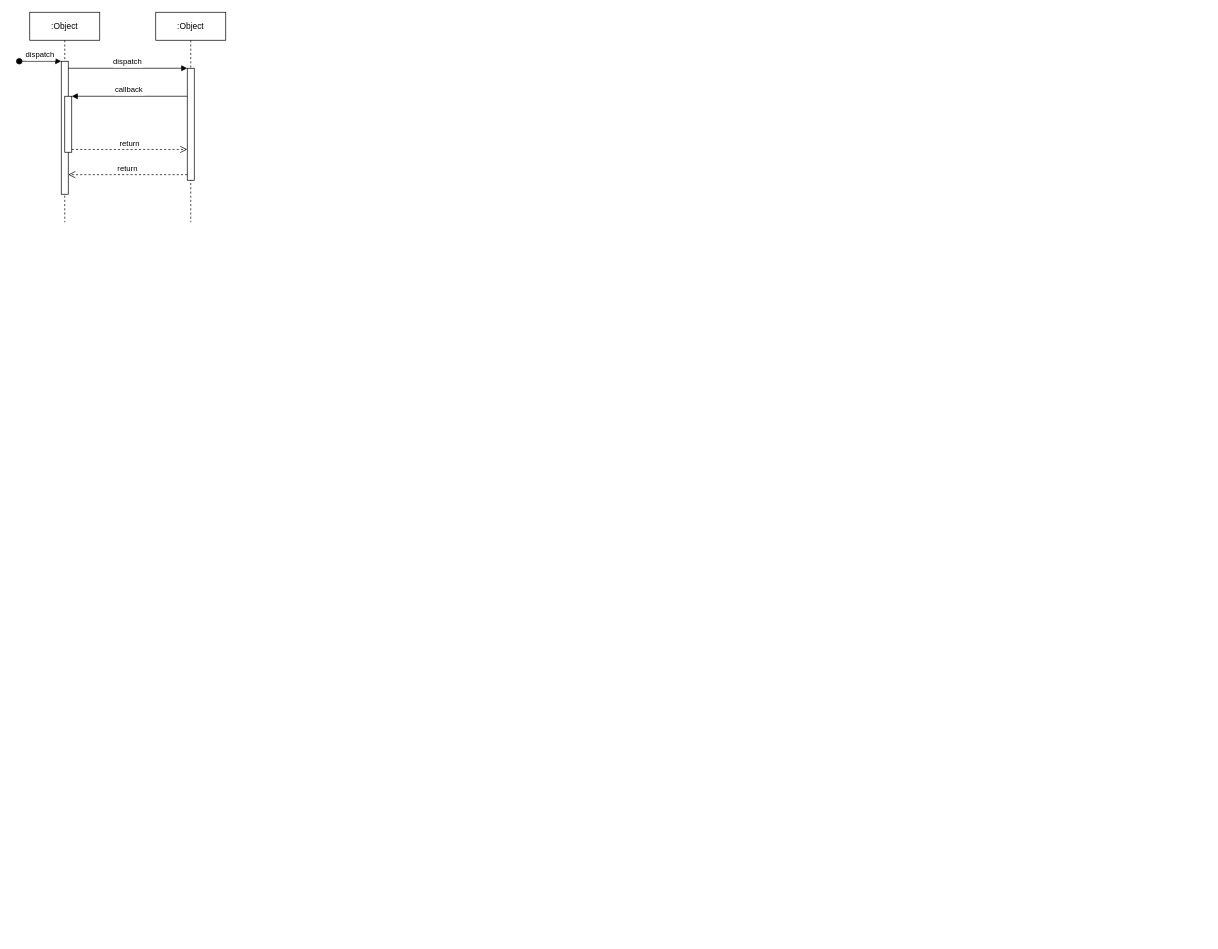
Before: Untitled Diagram.drawio in matrix-bin/drawIo, a draw.io diagram. Source tidied: cells renumbered, new cells numbered last; positions are measured from the earlier drawing's top-left corner, leaving out a move shared by most shapes. Both pictures are drawn from the tidied source at 70%, with x=0, y=0 at pixel (19, 12).
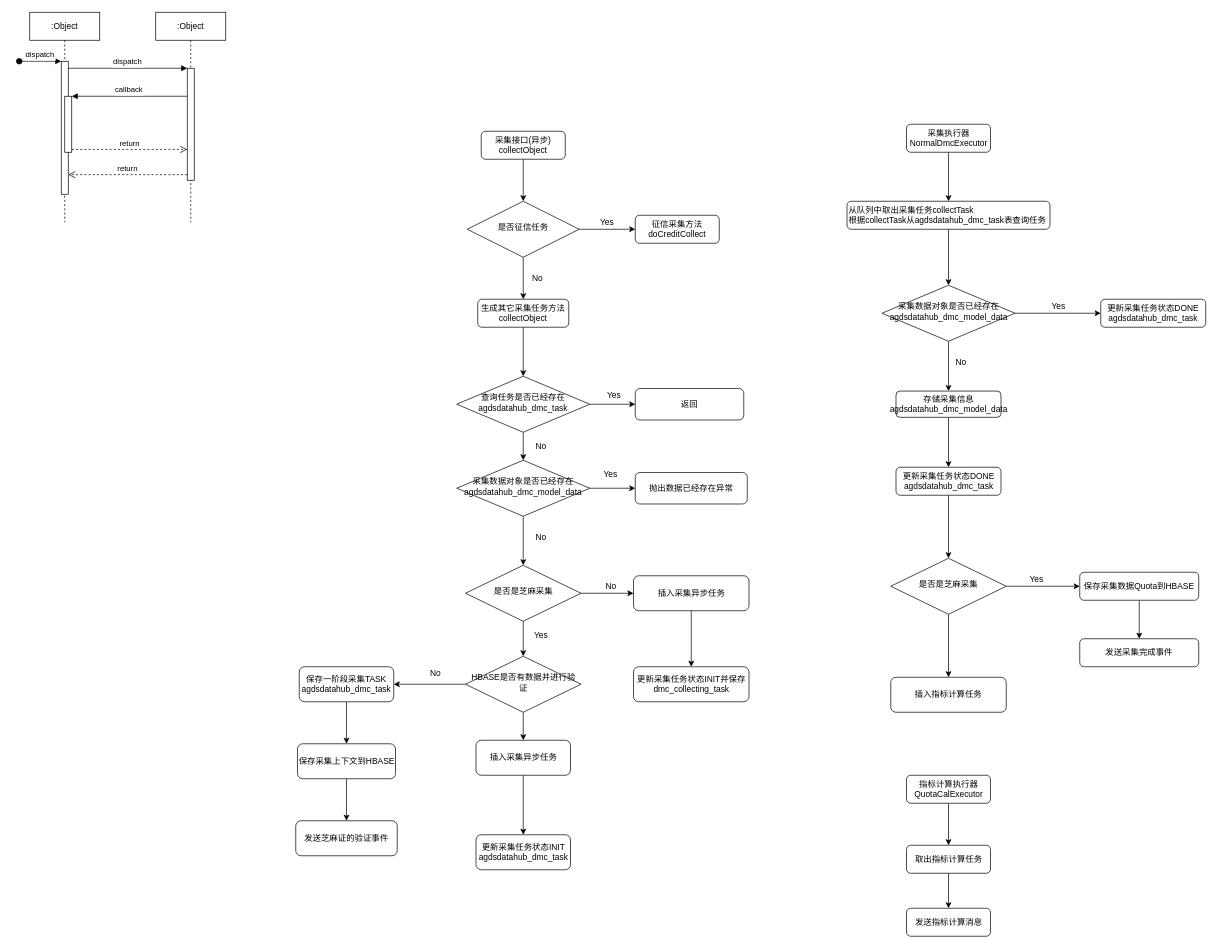
Above is the later version.

Diff of the diagram source:
```diff
@@
+    <mxCell id="12" style="edgeStyle=orthogonalEdgeStyle;rounded=0;jettySize=auto;html=1;exitX=0.5;exitY=1;exitDx=0;exitDy=0;entryX=0.5;entryY=0;entryDx=0;entryDy=0;" parent="1" edge="1" source="13" target="16">
+      <mxGeometry relative="1" as="geometry" />
+    </mxCell>
+    <mxCell id="13" value="采集接口(异步)&lt;span&gt; &lt;/span&gt;collectObject" style="rounded=1;whiteSpace=wrap;html=1;fontSize=12;glass=0;strokeWidth=1;shadow=0;" parent="1" vertex="1">
+      <mxGeometry x="660" y="170" width="120" height="40" as="geometry" />
+    </mxCell>
+    <mxCell id="14" style="edgeStyle=orthogonalEdgeStyle;rounded=0;jettySize=auto;html=1;exitX=0.5;exitY=1;exitDx=0;exitDy=0;entryX=0.5;entryY=0;entryDx=0;entryDy=0;" parent="1" edge="1" source="16" target="18">
+      <mxGeometry relative="1" as="geometry" />
+    </mxCell>
+    <mxCell id="15" style="edgeStyle=orthogonalEdgeStyle;rounded=0;jettySize=auto;html=1;exitX=1;exitY=0.5;exitDx=0;exitDy=0;entryX=0;entryY=0.5;entryDx=0;entryDy=0;" parent="1" edge="1" source="16" target="19">
+      <mxGeometry relative="1" as="geometry" />
+    </mxCell>
+    <mxCell id="16" value="是否征信任务" style="rhombus;whiteSpace=wrap;html=1;shadow=0;fontFamily=Helvetica;fontSize=12;align=center;strokeWidth=1;spacing=6;spacingTop=-4;" parent="1" vertex="1">
+      <mxGeometry x="640" y="270" width="160" height="80" as="geometry" />
+    </mxCell>
+    <mxCell id="17" style="edgeStyle=orthogonalEdgeStyle;rounded=0;jettySize=auto;html=1;exitX=0.5;exitY=1;exitDx=0;exitDy=0;" parent="1" edge="1" source="18" target="35">
+      <mxGeometry relative="1" as="geometry" />
+    </mxCell>
+    <mxCell id="18" value="生成其它采集任务方法&lt;br&gt;collectObject" style="rounded=1;whiteSpace=wrap;html=1;fontSize=12;glass=0;strokeWidth=1;shadow=0;" parent="1" vertex="1">
+      <mxGeometry x="655" y="410" width="130" height="40" as="geometry" />
+    </mxCell>
+    <mxCell id="19" value="征信采集方法doCreditCollect" style="rounded=1;whiteSpace=wrap;html=1;fontSize=12;glass=0;strokeWidth=1;shadow=0;" parent="1" vertex="1">
+      <mxGeometry x="880" y="290" width="120" height="40" as="geometry" />
+    </mxCell>
+    <mxCell id="20" style="edgeStyle=orthogonalEdgeStyle;rounded=0;jettySize=auto;html=1;exitX=0.5;exitY=1;exitDx=0;exitDy=0;entryX=0.5;entryY=0;entryDx=0;entryDy=0;" parent="1" edge="1" source="22" target="46">
+      <mxGeometry relative="1" as="geometry" />
+    </mxCell>
+    <mxCell id="21" style="edgeStyle=orthogonalEdgeStyle;rounded=0;jettySize=auto;html=1;exitX=1;exitY=0.5;exitDx=0;exitDy=0;entryX=0;entryY=0.5;entryDx=0;entryDy=0;" parent="1" edge="1" source="22" target="61">
+      <mxGeometry relative="1" as="geometry" />
+    </mxCell>
+    <mxCell id="22" value="是否是芝麻采集" style="rhombus;whiteSpace=wrap;html=1;shadow=0;fontFamily=Helvetica;fontSize=12;align=center;strokeWidth=1;spacing=6;spacingTop=-4;" parent="1" vertex="1">
+      <mxGeometry x="637.5" y="790" width="165" height="80" as="geometry" />
+    </mxCell>
+    <mxCell id="23" style="edgeStyle=orthogonalEdgeStyle;rounded=0;jettySize=auto;html=1;exitX=0.5;exitY=1;exitDx=0;exitDy=0;entryX=0.5;entryY=0;entryDx=0;entryDy=0;" parent="1" edge="1" source="24" target="26">
+      <mxGeometry relative="1" as="geometry" />
+    </mxCell>
+    <mxCell id="24" value="采集执行器&lt;br&gt;NormalDmcExecutor" style="rounded=1;whiteSpace=wrap;html=1;fontSize=12;glass=0;strokeWidth=1;shadow=0;" parent="1" vertex="1">
+      <mxGeometry x="1267.5" y="160" width="120" height="40" as="geometry" />
+    </mxCell>
+    <mxCell id="25" style="edgeStyle=orthogonalEdgeStyle;rounded=0;jettySize=auto;html=1;exitX=0.5;exitY=1;exitDx=0;exitDy=0;entryX=0.5;entryY=0;entryDx=0;entryDy=0;" parent="1" edge="1" source="26" target="66">
+      <mxGeometry relative="1" as="geometry" />
+    </mxCell>
+    <mxCell id="26" value="从队列中取出采集任务collectTask&lt;br&gt;根据collectTask从agdsdatahub_dmc_task表查询任务" style="rounded=1;whiteSpace=wrap;html=1;fontSize=12;glass=0;strokeWidth=1;shadow=0;align=left;" parent="1" vertex="1">
+      <mxGeometry x="1182.5" y="270" width="290" height="40" as="geometry" />
+    </mxCell>
+    <mxCell id="27" value="Yes" style="text;html=1;strokeColor=none;fillColor=none;align=center;verticalAlign=middle;whiteSpace=wrap;rounded=0;" parent="1" vertex="1">
+      <mxGeometry x="1465" y="410" width="40" height="20" as="geometry" />
+    </mxCell>
+    <mxCell id="28" value="更新采集任务状态DONE&lt;br&gt;agdsdatahub_dmc_task" style="rounded=1;whiteSpace=wrap;html=1;fontSize=12;glass=0;strokeWidth=1;shadow=0;" parent="1" vertex="1">
+      <mxGeometry x="1545" y="410" width="150" height="40" as="geometry" />
+    </mxCell>
+    <mxCell id="29" style="edgeStyle=orthogonalEdgeStyle;rounded=0;jettySize=auto;html=1;exitX=0.5;exitY=1;exitDx=0;exitDy=0;entryX=0.5;entryY=0;entryDx=0;entryDy=0;" parent="1" edge="1" source="30" target="32">
+      <mxGeometry relative="1" as="geometry" />
+    </mxCell>
+    <mxCell id="30" value="指标计算执行器&lt;br&gt;QuotaCalExecutor" style="rounded=1;whiteSpace=wrap;html=1;fontSize=12;glass=0;strokeWidth=1;shadow=0;" parent="1" vertex="1">
+      <mxGeometry x="1267.5" y="1090" width="120" height="40" as="geometry" />
+    </mxCell>
+    <mxCell id="31" style="edgeStyle=orthogonalEdgeStyle;rounded=0;jettySize=auto;html=1;exitX=0.5;exitY=1;exitDx=0;exitDy=0;" parent="1" edge="1" source="32" target="80">
+      <mxGeometry relative="1" as="geometry" />
+    </mxCell>
+    <mxCell id="32" value="取出指标计算任务" style="rounded=1;whiteSpace=wrap;html=1;fontSize=12;glass=0;strokeWidth=1;shadow=0;" parent="1" vertex="1">
+      <mxGeometry x="1267.5" y="1190" width="120" height="40" as="geometry" />
+    </mxCell>
+    <mxCell id="33" style="edgeStyle=orthogonalEdgeStyle;rounded=0;jettySize=auto;html=1;exitX=1;exitY=0.5;exitDx=0;exitDy=0;entryX=0;entryY=0.5;entryDx=0;entryDy=0;" parent="1" edge="1" source="35" target="36">
+      <mxGeometry relative="1" as="geometry" />
+    </mxCell>
+    <mxCell id="34" style="edgeStyle=orthogonalEdgeStyle;rounded=0;jettySize=auto;html=1;exitX=0.5;exitY=1;exitDx=0;exitDy=0;entryX=0.5;entryY=0;entryDx=0;entryDy=0;" parent="1" edge="1" source="35" target="40">
+      <mxGeometry relative="1" as="geometry" />
+    </mxCell>
+    <mxCell id="35" value="查询任务是否已经存在&lt;br&gt;agdsdatahub_dmc_task" style="rhombus;whiteSpace=wrap;html=1;shadow=0;fontFamily=Helvetica;fontSize=12;align=center;strokeWidth=1;spacing=6;spacingTop=-4;" parent="1" vertex="1">
+      <mxGeometry x="625" y="520" width="190" height="80" as="geometry" />
+    </mxCell>
+    <mxCell id="36" value="返回" style="rounded=1;whiteSpace=wrap;html=1;fontSize=12;glass=0;strokeWidth=1;shadow=0;align=center;" parent="1" vertex="1">
+      <mxGeometry x="880" y="537.5" width="155" height="45" as="geometry" />
+    </mxCell>
+    <mxCell id="37" value="Yes" style="text;html=1;strokeColor=none;fillColor=none;align=center;verticalAlign=middle;whiteSpace=wrap;rounded=0;" parent="1" vertex="1">
+      <mxGeometry x="830" y="537.5" width="40" height="20" as="geometry" />
+    </mxCell>
+    <mxCell id="38" style="edgeStyle=orthogonalEdgeStyle;rounded=0;jettySize=auto;html=1;exitX=1;exitY=0.5;exitDx=0;exitDy=0;entryX=0;entryY=0.5;entryDx=0;entryDy=0;" parent="1" edge="1" source="40" target="41">
+      <mxGeometry relative="1" as="geometry" />
+    </mxCell>
+    <mxCell id="39" style="edgeStyle=orthogonalEdgeStyle;rounded=0;jettySize=auto;html=1;exitX=0.5;exitY=1;exitDx=0;exitDy=0;entryX=0.5;entryY=0;entryDx=0;entryDy=0;" parent="1" edge="1" source="40" target="22">
+      <mxGeometry relative="1" as="geometry" />
+    </mxCell>
+    <mxCell id="40" value="采集数据对象是否已经存在&lt;br&gt;agdsdatahub_dmc_model_data" style="rhombus;whiteSpace=wrap;html=1;shadow=0;fontFamily=Helvetica;fontSize=12;align=center;strokeWidth=1;spacing=6;spacingTop=-4;" parent="1" vertex="1">
+      <mxGeometry x="625" y="640" width="190" height="80" as="geometry" />
+    </mxCell>
+    <mxCell id="41" value="抛出数据已经存在异常" style="rounded=1;whiteSpace=wrap;html=1;fontSize=12;glass=0;strokeWidth=1;shadow=0;align=center;" parent="1" vertex="1">
+      <mxGeometry x="880" y="657.5" width="160" height="45" as="geometry" />
+    </mxCell>
+    <mxCell id="42" value="Yes" style="text;html=1;strokeColor=none;fillColor=none;align=center;verticalAlign=middle;whiteSpace=wrap;rounded=0;" parent="1" vertex="1">
+      <mxGeometry x="825" y="650" width="40" height="20" as="geometry" />
+    </mxCell>
+    <mxCell id="43" value="Yes" style="text;html=1;strokeColor=none;fillColor=none;align=center;verticalAlign=middle;whiteSpace=wrap;rounded=0;" parent="1" vertex="1">
+      <mxGeometry x="820" y="290" width="40" height="20" as="geometry" />
+    </mxCell>
+    <mxCell id="44" style="edgeStyle=orthogonalEdgeStyle;rounded=0;jettySize=auto;html=1;exitX=0.5;exitY=1;exitDx=0;exitDy=0;" parent="1" edge="1" source="46" target="53">
+      <mxGeometry relative="1" as="geometry" />
+    </mxCell>
+    <mxCell id="45" style="edgeStyle=orthogonalEdgeStyle;rounded=0;jettySize=auto;html=1;exitX=0;exitY=0.5;exitDx=0;exitDy=0;entryX=1;entryY=0.5;entryDx=0;entryDy=0;" parent="1" edge="1" source="46" target="48">
+      <mxGeometry relative="1" as="geometry" />
+    </mxCell>
+    <mxCell id="46" value="&lt;span style=&quot;text-align: left&quot;&gt;HBASE是否有数据并进行验证&lt;/span&gt;" style="rhombus;whiteSpace=wrap;html=1;shadow=0;fontFamily=Helvetica;fontSize=12;align=center;strokeWidth=1;spacing=6;spacingTop=-4;" parent="1" vertex="1">
+      <mxGeometry x="637.5" y="920" width="165" height="80" as="geometry" />
+    </mxCell>
+    <mxCell id="47" style="edgeStyle=orthogonalEdgeStyle;rounded=0;jettySize=auto;html=1;exitX=0.5;exitY=1;exitDx=0;exitDy=0;entryX=0.5;entryY=0;entryDx=0;entryDy=0;" parent="1" edge="1" source="48" target="50">
+      <mxGeometry relative="1" as="geometry" />
+    </mxCell>
+    <mxCell id="48" value="保存一阶段采集TASK&lt;br&gt;agdsdatahub_dmc_task" style="rounded=1;whiteSpace=wrap;html=1;fontSize=12;glass=0;strokeWidth=1;shadow=0;align=center;" parent="1" vertex="1">
+      <mxGeometry x="400" y="935" width="135" height="50" as="geometry" />
+    </mxCell>
+    <mxCell id="49" style="edgeStyle=orthogonalEdgeStyle;rounded=0;jettySize=auto;html=1;exitX=0.5;exitY=1;exitDx=0;exitDy=0;entryX=0.5;entryY=0;entryDx=0;entryDy=0;" parent="1" edge="1" source="50" target="51">
+      <mxGeometry relative="1" as="geometry" />
+    </mxCell>
+    <mxCell id="50" value="保存采集上下文到HBASE" style="rounded=1;whiteSpace=wrap;html=1;fontSize=12;glass=0;strokeWidth=1;shadow=0;align=center;" parent="1" vertex="1">
+      <mxGeometry x="397.5" y="1045" width="140" height="50" as="geometry" />
+    </mxCell>
+    <mxCell id="51" value="发送芝麻证的验证事件" style="rounded=1;whiteSpace=wrap;html=1;fontSize=12;glass=0;strokeWidth=1;shadow=0;align=center;" parent="1" vertex="1">
+      <mxGeometry x="395" y="1155" width="145" height="50" as="geometry" />
+    </mxCell>
+    <mxCell id="52" style="edgeStyle=orthogonalEdgeStyle;rounded=0;jettySize=auto;html=1;exitX=0.5;exitY=1;exitDx=0;exitDy=0;" parent="1" edge="1" source="53" target="54">
+      <mxGeometry relative="1" as="geometry" />
+    </mxCell>
+    <mxCell id="53" value="插入采集异步任务" style="rounded=1;whiteSpace=wrap;html=1;fontSize=12;glass=0;strokeWidth=1;shadow=0;align=center;" parent="1" vertex="1">
+      <mxGeometry x="652.5" y="1040" width="135" height="50" as="geometry" />
+    </mxCell>
+    <mxCell id="54" value="更新采集任务状态INIT&lt;br&gt;agdsdatahub_dmc_task" style="rounded=1;whiteSpace=wrap;html=1;fontSize=12;glass=0;strokeWidth=1;shadow=0;align=center;" parent="1" vertex="1">
+      <mxGeometry x="652.5" y="1175" width="135" height="50" as="geometry" />
+    </mxCell>
+    <mxCell id="55" value="No" style="text;html=1;strokeColor=none;fillColor=none;align=center;verticalAlign=middle;whiteSpace=wrap;rounded=0;" parent="1" vertex="1">
+      <mxGeometry x="575" y="935" width="40" height="20" as="geometry" />
+    </mxCell>
+    <mxCell id="56" value="Yes" style="text;html=1;align=center;verticalAlign=middle;" parent="1" vertex="1">
+      <mxGeometry x="725" y="880" width="40" height="20" as="geometry" />
+    </mxCell>
+    <mxCell id="57" value="No" style="text;html=1;align=center;verticalAlign=middle;" parent="1" vertex="1">
+      <mxGeometry x="730" y="740" width="30" height="20" as="geometry" />
+    </mxCell>
+    <mxCell id="58" value="No" style="text;html=1;align=center;verticalAlign=middle;" parent="1" vertex="1">
+      <mxGeometry x="730" y="610" width="30" height="20" as="geometry" />
+    </mxCell>
+    <mxCell id="59" value="No" style="text;html=1;align=center;verticalAlign=middle;" parent="1" vertex="1">
+      <mxGeometry x="725" y="370" width="30" height="20" as="geometry" />
+    </mxCell>
+    <mxCell id="60" style="edgeStyle=orthogonalEdgeStyle;rounded=0;jettySize=auto;html=1;exitX=0.5;exitY=1;exitDx=0;exitDy=0;entryX=0.5;entryY=0;entryDx=0;entryDy=0;" parent="1" edge="1" source="61" target="63">
+      <mxGeometry relative="1" as="geometry" />
+    </mxCell>
+    <mxCell id="61" value="插入采集异步任务" style="rounded=1;whiteSpace=wrap;html=1;fontSize=12;glass=0;strokeWidth=1;shadow=0;align=center;" parent="1" vertex="1">
+      <mxGeometry x="877.5" y="805" width="165" height="50" as="geometry" />
+    </mxCell>
+    <mxCell id="62" value="No" style="text;html=1;align=center;verticalAlign=middle;" parent="1" vertex="1">
+      <mxGeometry x="830" y="810" width="30" height="20" as="geometry" />
+    </mxCell>
+    <mxCell id="63" value="更新采集任务状态INIT并保存&lt;br&gt;dmc_collecting_task" style="rounded=1;whiteSpace=wrap;html=1;fontSize=12;glass=0;strokeWidth=1;shadow=0;align=center;" parent="1" vertex="1">
+      <mxGeometry x="877.5" y="935" width="165" height="50" as="geometry" />
+    </mxCell>
+    <mxCell id="64" style="edgeStyle=orthogonalEdgeStyle;rounded=0;jettySize=auto;html=1;exitX=0.5;exitY=1;exitDx=0;exitDy=0;" parent="1" edge="1" source="66" target="71">
+      <mxGeometry relative="1" as="geometry" />
+    </mxCell>
+    <mxCell id="65" style="edgeStyle=orthogonalEdgeStyle;rounded=0;jettySize=auto;html=1;exitX=1;exitY=0.5;exitDx=0;exitDy=0;entryX=0;entryY=0.5;entryDx=0;entryDy=0;" parent="1" edge="1" source="66" target="28">
+      <mxGeometry relative="1" as="geometry" />
+    </mxCell>
+    <mxCell id="66" value="采集数据对象是否已经存在&lt;br&gt;agdsdatahub_dmc_model_data" style="rhombus;whiteSpace=wrap;html=1;shadow=0;fontFamily=Helvetica;fontSize=12;align=center;strokeWidth=1;spacing=6;spacingTop=-4;" parent="1" vertex="1">
+      <mxGeometry x="1232.5" y="390" width="190" height="80" as="geometry" />
+    </mxCell>
+    <mxCell id="67" value="No" style="text;html=1;align=center;verticalAlign=middle;" parent="1" vertex="1">
+      <mxGeometry x="1330" y="490" width="30" height="20" as="geometry" />
+    </mxCell>
+    <mxCell id="68" style="edgeStyle=orthogonalEdgeStyle;rounded=0;jettySize=auto;html=1;exitX=0.5;exitY=1;exitDx=0;exitDy=0;" parent="1" edge="1" source="71" target="70">
+      <mxGeometry relative="1" as="geometry" />
+    </mxCell>
+    <mxCell id="69" style="edgeStyle=orthogonalEdgeStyle;rounded=0;jettySize=auto;html=1;" parent="1" edge="1" source="70" target="74">
+      <mxGeometry relative="1" as="geometry" />
+    </mxCell>
+    <mxCell id="70" value="更新采集任务状态DONE&lt;br&gt;agdsdatahub_dmc_task" style="rounded=1;whiteSpace=wrap;html=1;fontSize=12;glass=0;strokeWidth=1;shadow=0;" parent="1" vertex="1">
+      <mxGeometry x="1252.5" y="650" width="150" height="40" as="geometry" />
+    </mxCell>
+    <mxCell id="71" value="存储采集信息&lt;br&gt;agdsdatahub_dmc_model_data" style="rounded=1;whiteSpace=wrap;html=1;fontSize=12;glass=0;strokeWidth=1;shadow=0;" parent="1" vertex="1">
+      <mxGeometry x="1252.5" y="541.2" width="150" height="37.5" as="geometry" />
+    </mxCell>
+    <mxCell id="72" style="edgeStyle=orthogonalEdgeStyle;rounded=0;jettySize=auto;html=1;exitX=1;exitY=0.5;exitDx=0;exitDy=0;" parent="1" edge="1" source="74" target="76">
+      <mxGeometry relative="1" as="geometry" />
+    </mxCell>
+    <mxCell id="73" style="edgeStyle=orthogonalEdgeStyle;rounded=0;jettySize=auto;html=1;exitX=0.5;exitY=1;exitDx=0;exitDy=0;" parent="1" edge="1" source="74" target="79">
+      <mxGeometry relative="1" as="geometry" />
+    </mxCell>
+    <mxCell id="74" value="是否是芝麻采集" style="rhombus;whiteSpace=wrap;html=1;shadow=0;fontFamily=Helvetica;fontSize=12;align=center;strokeWidth=1;spacing=6;spacingTop=-4;" parent="1" vertex="1">
+      <mxGeometry x="1245" y="780" width="165" height="80" as="geometry" />
+    </mxCell>
+    <mxCell id="75" style="edgeStyle=orthogonalEdgeStyle;rounded=0;jettySize=auto;html=1;exitX=0.5;exitY=1;exitDx=0;exitDy=0;" parent="1" edge="1" source="76" target="77">
+      <mxGeometry relative="1" as="geometry" />
+    </mxCell>
+    <mxCell id="76" value="保存采集数据Quota到HBASE" style="rounded=1;whiteSpace=wrap;html=1;fontSize=12;glass=0;strokeWidth=1;shadow=0;" parent="1" vertex="1">
+      <mxGeometry x="1515" y="800" width="170" height="40" as="geometry" />
+    </mxCell>
+    <mxCell id="77" value="发送采集完成事件" style="rounded=1;whiteSpace=wrap;html=1;fontSize=12;glass=0;strokeWidth=1;shadow=0;" parent="1" vertex="1">
+      <mxGeometry x="1515" y="895" width="170" height="40" as="geometry" />
+    </mxCell>
+    <mxCell id="78" value="Yes" style="text;html=1;align=center;verticalAlign=middle;" parent="1" vertex="1">
+      <mxGeometry x="1432.5" y="800" width="40" height="20" as="geometry" />
+    </mxCell>
+    <mxCell id="79" value="插入指标计算任务" style="rounded=1;whiteSpace=wrap;html=1;fontSize=12;glass=0;strokeWidth=1;shadow=0;align=center;" parent="1" vertex="1">
+      <mxGeometry x="1245" y="950" width="165" height="50" as="geometry" />
+    </mxCell>
+    <mxCell id="80" value="发送指标计算消息" style="rounded=1;whiteSpace=wrap;html=1;fontSize=12;glass=0;strokeWidth=1;shadow=0;" parent="1" vertex="1">
+      <mxGeometry x="1267.5" y="1280" width="120" height="40" as="geometry" />
+    </mxCell>
```
